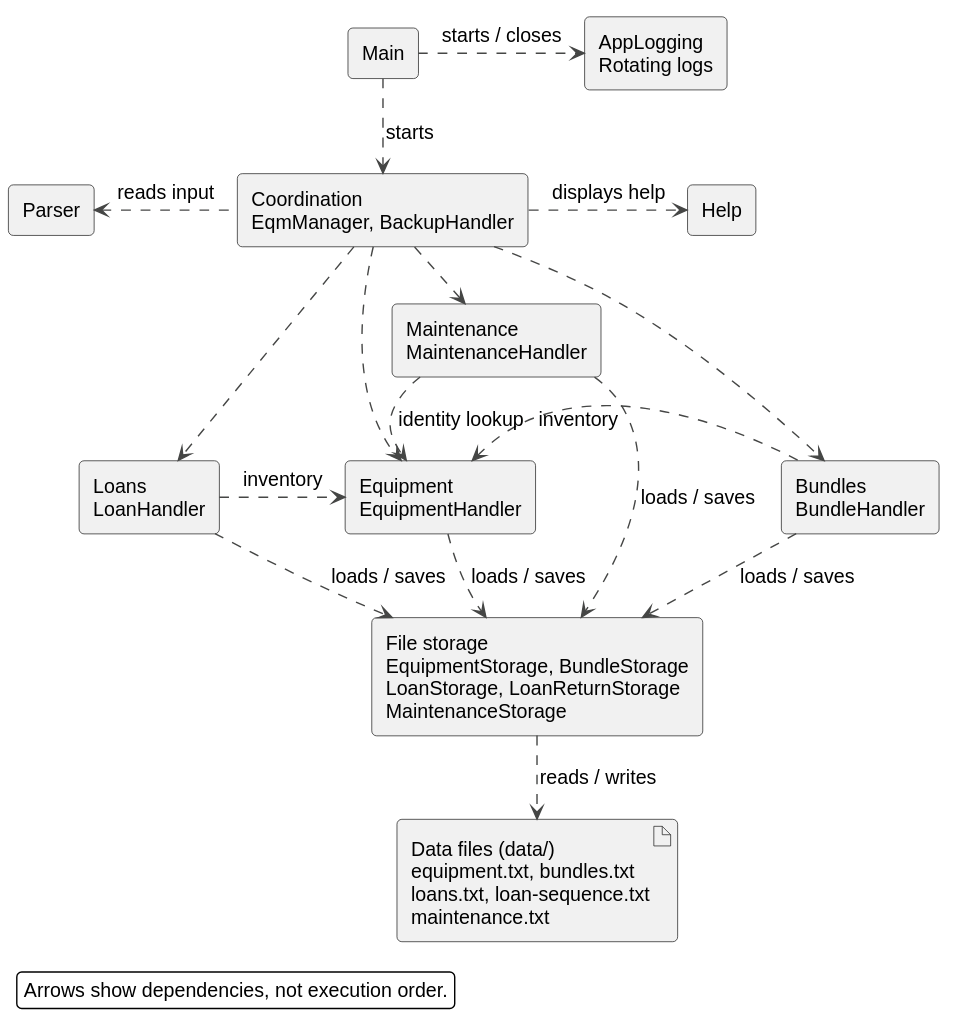
Above: docs/images/AppArchitecture.svg in AY2627S1-CS2113-W13-1/tp (PlantUML), before the change.
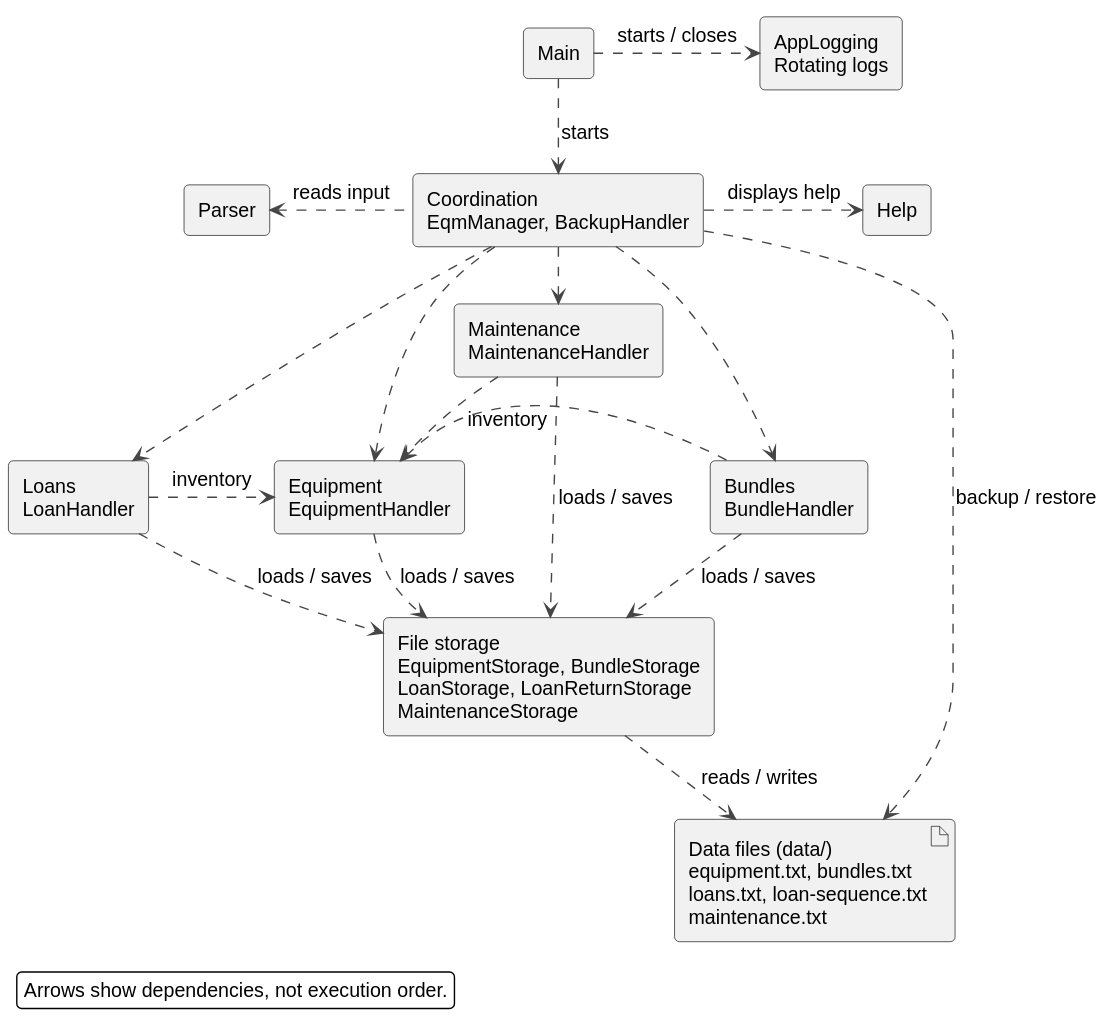
The same file after the commit.

Change to the diagram source:
```diff
@@ -31,12 +31,13 @@
 Manager ..> Maintenance
 Loans .right.> Equipment : inventory
 Bundles .left.> Equipment : inventory
-Maintenance ..> Equipment : identity lookup
+Maintenance .down.> Equipment
 Equipment ..> Storage : loads / saves
 Loans ..> Storage : loads / saves
 Bundles ..> Storage : loads / saves
 Maintenance ..> Storage : loads / saves
 Storage ..> Files : reads / writes
+Manager .down.> Files : backup / restore
 
 legend bottom left
 Arrows show dependencies, not execution order.
```
